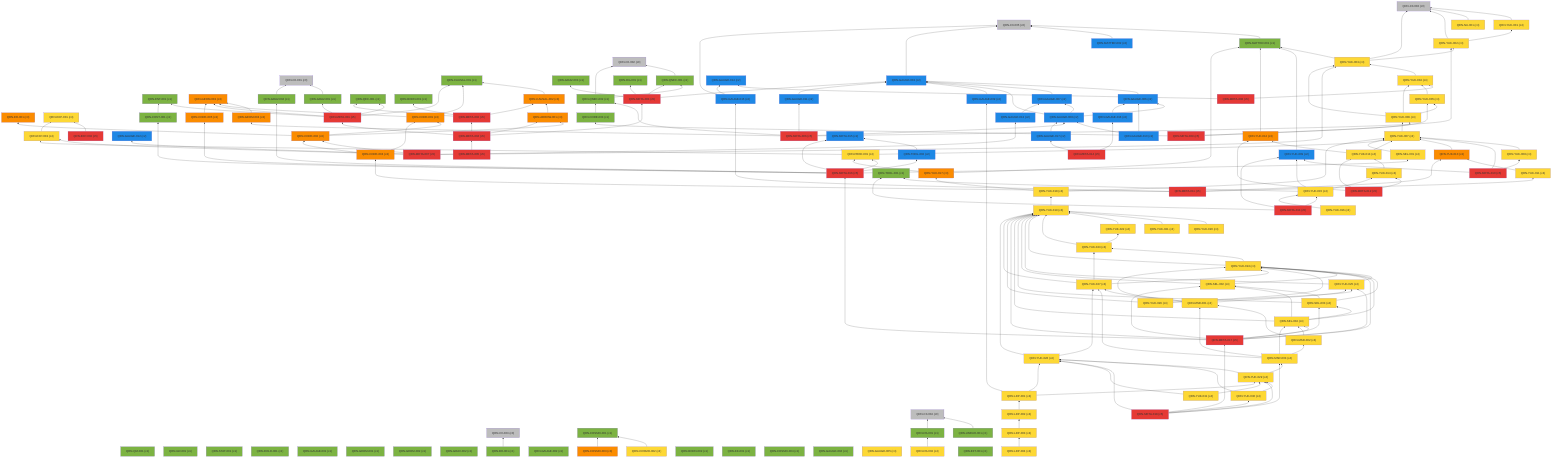
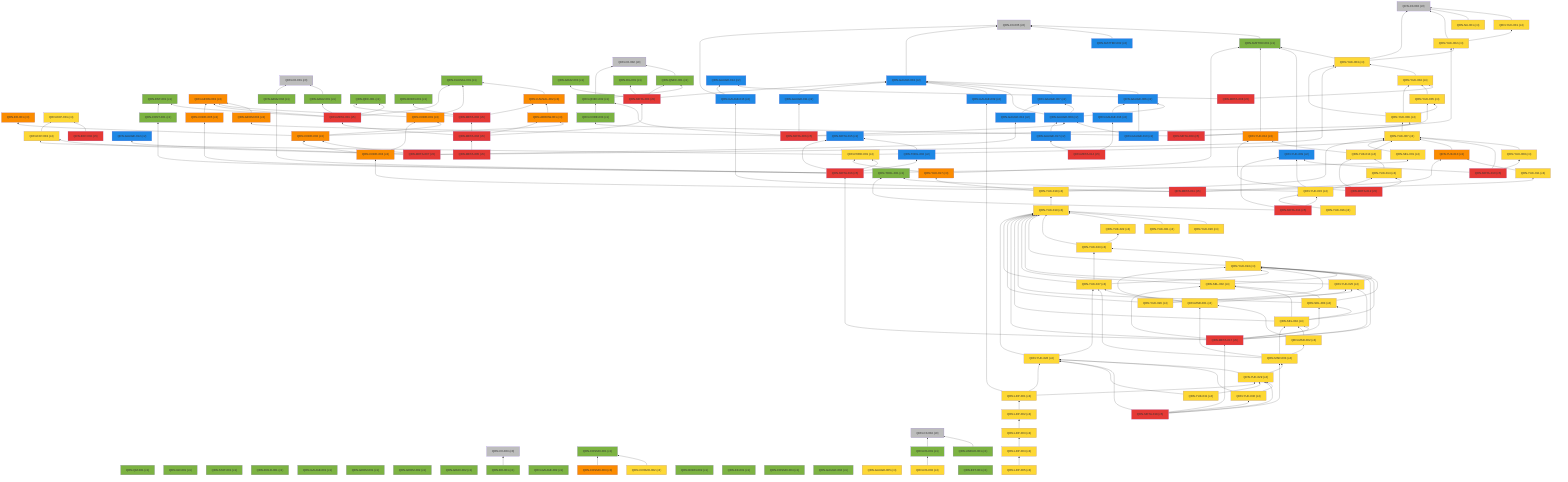
%% 自動生成 (dag/report.pl) — QRN 主張依存グラフ
graph BT
  QRN_C0_001["QRN-C0-001 (c0)"]:::c0
  QRN_C0_002["QRN-C0-002 (c0)"]:::c0
  QRN_C0_003["QRN-C0-003 (c0)"]:::c0
  QRN_C0_004["QRN-C0-004 (c0)"]:::c0
  QRN_C0_005["QRN-C0-005 (c0)"]:::c0
  QRN_C0_006["QRN-C0-006 (c0)"]:::c0
  QRN_QM_001["QRN-QM-001 (c1)"]:::c1
  QRN_GR_001["QRN-GR-001 (c1)"]:::c1
  QRN_STAT_001["QRN-STAT-001 (c1)"]:::c1
  QRN_FIELD_001["QRN-FIELD-001 (c1)"]:::c1
  QRN_GAUGE_001["QRN-GAUGE-001 (c1)"]:::c1
  QRN_ENT_001["QRN-ENT-001 (c1)"]:::c1
  QRN_GEOM_001["QRN-GEOM-001 (c1)"]:::c1
  QRN_GEOM_002["QRN-GEOM-002 (c1)"]:::c1
  QRN_GEOM_003["QRN-GEOM-003 (c3)"]:::c3
  QRN_GRAV_001["QRN-GRAV-001 (c1)"]:::c1
  QRN_GRAV_002["QRN-GRAV-002 (c1)"]:::c1
  QRN_BH_001["QRN-BH-001 (c1)"]:::c1
  QRN_CAUSAL_001["QRN-CAUSAL-001 (c1)"]:::c1
  QRN_CAUSAL_002["QRN-CAUSAL-002 (c3)"]:::c3
  QRN_ER_001["QRN-ER-001 (c3)"]:::c3
  QRN_QEC_001["QRN-QEC-001 (c1)"]:::c1
  QRN_GAUGE_002["QRN-GAUGE-002 (c1)"]:::c1
  QRN_COSMO_001["QRN-COSMO-001 (c1)"]:::c1
  QRN_COSMO_002["QRN-COSMO-002 (c4)"]:::c4
  QRN_COSMO_003["QRN-COSMO-003 (c3)"]:::c3
  QRN_BORN_001["QRN-BORN-001 (c1)"]:::c1
  QRN_BORN_002["QRN-BORN-002 (c1)"]:::c1
  QRN_GRAV_003["QRN-GRAV-003 (c1)"]:::c1
  QRN_KK_001["QRN-KK-001 (c1)"]:::c1
  QRN_MATTER_001["QRN-MATTER-001 (c1)"]:::c1
  QRN_MATTER_002["QRN-MATTER-002 (c2)"]:::c2
  QRN_COSMO_004["QRN-COSMO-004 (c1)"]:::c1
  QRN_EXP_001["QRN-EXP-001 (c4)"]:::c4
  QRN_GAUGE_003["QRN-GAUGE-003 (c2)"]:::c2
  QRN_GAUGE_004["QRN-GAUGE-004 (c1)"]:::c1
  QRN_GAUGE_005["QRN-GAUGE-005 (c4)"]:::c4
  QRN_YUK_001["QRN-YUK-001 (c4)"]:::c4
  QRN_RG_001["QRN-RG-001 (c1)"]:::c1
  QRN_UNRUH_001["QRN-UNRUH-001 (c1)"]:::c1
  QRN_QNEC_001["QRN-QNEC-001 (c1)"]:::c1
  QRN_NU_001["QRN-NU-001 (c4)"]:::c4
  QRN_GAUGE_006["QRN-GAUGE-006 (c2)"]:::c2
  QRN_DS_001["QRN-DS-001 (c1)"]:::c1
  QRN_DS_002["QRN-DS-002 (c4)"]:::c4
  QRN_ARROW_001["QRN-ARROW-001 (c3)"]:::c3
  QRN_GAUGE_007["QRN-GAUGE-007 (c2)"]:::c2
  QRN_EFT_001["QRN-EFT-001 (c1)"]:::c1
  QRN_GAUGE_008["QRN-GAUGE-008 (c2)"]:::c2
  QRN_GAUGE_009["QRN-GAUGE-009 (c2)"]:::c2
  QRN_GAUGE_010["QRN-GAUGE-010 (c2)"]:::c2
  QRN_QNEC_002["QRN-QNEC-002 (c1)"]:::c1
  QRN_GEOM_004["QRN-GEOM-004 (c3)"]:::c3
  QRN_YUK_002["QRN-YUK-002 (c4)"]:::c4
  QRN_EXP_002["QRN-EXP-002 (c5)"]:::c5
  QRN_CORE_001["QRN-CORE-001 (c3)"]:::c3
  QRN_GAUGE_011["QRN-GAUGE-011 (c2)"]:::c2
  QRN_GAUGE_012["QRN-GAUGE-012 (c2)"]:::c2
  QRN_YUK_003["QRN-YUK-003 (c4)"]:::c4
  QRN_EXP_003["QRN-EXP-003 (c4)"]:::c4
  QRN_CORE_002["QRN-CORE-002 (c3)"]:::c3
  QRN_GAUGE_013["QRN-GAUGE-013 (c2)"]:::c2
  QRN_YUK_004["QRN-YUK-004 (c4)"]:::c4
  QRN_GAUGE_014["QRN-GAUGE-014 (c2)"]:::c2
  QRN_META_001["QRN-META-001 (c5)"]:::c5
  QRN_META_002["QRN-META-002 (c5)"]:::c5
  QRN_META_003["QRN-META-003 (c5)"]:::c5
  QRN_META_004["QRN-META-004 (c5)"]:::c5
  QRN_META_005["QRN-META-005 (c5)"]:::c5
  QRN_META_006["QRN-META-006 (c5)"]:::c5
  QRN_META_007["QRN-META-007 (c5)"]:::c5
  QRN_META_008["QRN-META-008 (c5)"]:::c5
  QRN_YUK_005["QRN-YUK-005 (c4)"]:::c4
  QRN_YUK_006["QRN-YUK-006 (c4)"]:::c4
  QRN_CORE_003["QRN-CORE-003 (c1)"]:::c1
  QRN_META_009["QRN-META-009 (c5)"]:::c5
  QRN_YUK_007["QRN-YUK-007 (c4)"]:::c4
  QRN_YUK_008["QRN-YUK-008 (c4)"]:::c4
  QRN_YUK_009["QRN-YUK-009 (c2)"]:::c2
  QRN_META_010["QRN-META-010 (c5)"]:::c5
  QRN_GAUGE_015["QRN-GAUGE-015 (c2)"]:::c2
  QRN_YUK_010["QRN-YUK-010 (c3)"]:::c3
  QRN_YUK_011["QRN-YUK-011 (c4)"]:::c4
  QRN_CORE_004["QRN-CORE-004 (c3)"]:::c3
  QRN_META_011["QRN-META-011 (c5)"]:::c5
  QRN_YUK_012["QRN-YUK-012 (c3)"]:::c3
  QRN_YUK_013["QRN-YUK-013 (c4)"]:::c4
  QRN_YUK_014["QRN-YUK-014 (c4)"]:::c4
  QRN_META_012["QRN-META-012 (c5)"]:::c5
  QRN_TOOL_001["QRN-TOOL-001 (c1)"]:::c1
  QRN_YUK_015["QRN-YUK-015 (c4)"]:::c4
  QRN_META_013["QRN-META-013 (c5)"]:::c5
  QRN_GAUGE_016["QRN-GAUGE-016 (c2)"]:::c2
  QRN_GAUGE_017["QRN-GAUGE-017 (c2)"]:::c2
  QRN_META_014["QRN-META-014 (c5)"]:::c5
  QRN_META_015["QRN-META-015 (c2)"]:::c2
  QRN_TOOL_002["QRN-TOOL-002 (c2)"]:::c2
  QRN_CORE_005["QRN-CORE-005 (c3)"]:::c3
  QRN_CONT_001["QRN-CONT-001 (c1)"]:::c1
  QRN_SEL_001["QRN-SEL-001 (c4)"]:::c4
  QRN_GRAV_004["QRN-GRAV-004 (c1)"]:::c1
  QRN_PRED_001["QRN-PRED-001 (c4)"]:::c4
  QRN_META_016["QRN-META-016 (c5)"]:::c5
  QRN_YUK_016["QRN-YUK-016 (c4)"]:::c4
  QRN_YUK_017["QRN-YUK-017 (c3)"]:::c3
  QRN_YUK_018["QRN-YUK-018 (c4)"]:::c4
  QRN_YUK_019["QRN-YUK-019 (c4)"]:::c4
  QRN_YUK_020["QRN-YUK-020 (c4)"]:::c4
  QRN_YUK_021["QRN-YUK-021 (c4)"]:::c4
  QRN_YUK_022["QRN-YUK-022 (c4)"]:::c4
  QRN_YUK_023["QRN-YUK-023 (c4)"]:::c4
  QRN_YUK_024["QRN-YUK-024 (c4)"]:::c4
  QRN_YUK_025["QRN-YUK-025 (c4)"]:::c4
  QRN_SEL_002["QRN-SEL-002 (c4)"]:::c4
  QRN_SEL_003["QRN-SEL-003 (c4)"]:::c4
  QRN_SEL_004["QRN-SEL-004 (c4)"]:::c4
  QRN_META_017["QRN-META-017 (c5)"]:::c5
  QRN_YUK_026["QRN-YUK-026 (c4)"]:::c4
  QRN_YUK_027["QRN-YUK-027 (c4)"]:::c4
  QRN_MSR_001["QRN-MSR-001 (c4)"]:::c4
  QRN_MSR_002["QRN-MSR-002 (c4)"]:::c4
  QRN_MSR_003["QRN-MSR-003 (c4)"]:::c4
  QRN_YUK_028["QRN-YUK-028 (c4)"]:::c4
  QRN_YUK_029["QRN-YUK-029 (c4)"]:::c4
  QRN_YUK_030["QRN-YUK-030 (c4)"]:::c4
  QRN_META_018["QRN-META-018 (c5)"]:::c5
  QRN_YUK_031["QRN-YUK-031 (c4)"]:::c4
  QRN_LEP_001["QRN-LEP-001 (c4)"]:::c4
  QRN_LEP_002["QRN-LEP-002 (c4)"]:::c4
  QRN_LEP_003["QRN-LEP-003 (c4)"]:::c4
  QRN_LEP_004["QRN-LEP-004 (c4)"]:::c4
+   QRN_LEP_005["QRN-LEP-005 (c4)"]:::c4
  QRN_GRAV_001 --> QRN_C0_001
  QRN_BH_001 --> QRN_C0_003
  QRN_CAUSAL_002 --> QRN_CAUSAL_001
  QRN_COSMO_002 --> QRN_COSMO_001
  QRN_COSMO_003 --> QRN_COSMO_001
  QRN_MATTER_001 --> QRN_C0_005
  QRN_MATTER_002 --> QRN_C0_005
  QRN_GAUGE_003 --> QRN_C0_005
  QRN_YUK_001 --> QRN_C0_006
  QRN_UNRUH_001 --> QRN_C0_004
  QRN_QNEC_001 --> QRN_C0_002
  QRN_NU_001 --> QRN_C0_006
  QRN_GAUGE_006 --> QRN_GAUGE_003
  QRN_DS_001 --> QRN_C0_004
  QRN_DS_002 --> QRN_DS_001
  QRN_ARROW_001 --> QRN_CAUSAL_002
  QRN_GAUGE_007 --> QRN_GAUGE_003
  QRN_GAUGE_008 --> QRN_GAUGE_003
  QRN_GAUGE_008 --> QRN_GAUGE_006
  QRN_GAUGE_008 --> QRN_GAUGE_007
  QRN_GAUGE_009 --> QRN_GAUGE_003
  QRN_GAUGE_010 --> QRN_GAUGE_006
  QRN_GAUGE_010 --> QRN_GAUGE_008
  QRN_QNEC_002 --> QRN_C0_002
  QRN_QNEC_002 --> QRN_QNEC_001
  QRN_GEOM_004 --> QRN_GEOM_003
  QRN_YUK_002 --> QRN_C0_006
  QRN_YUK_002 --> QRN_YUK_001
  QRN_EXP_002 --> QRN_EXP_001
  QRN_CORE_001 --> QRN_GEOM_003
  QRN_CORE_001 --> QRN_CAUSAL_001
  QRN_GAUGE_011 --> QRN_GAUGE_003
  QRN_YUK_003 --> QRN_C0_006
  QRN_YUK_003 --> QRN_MATTER_001
  QRN_YUK_003 --> QRN_YUK_002
  QRN_EXP_003 --> QRN_EXP_001
  QRN_CORE_002 --> QRN_CORE_001
  QRN_CORE_002 --> QRN_ER_001
  QRN_CORE_002 --> QRN_ARROW_001
  QRN_GAUGE_013 --> QRN_GAUGE_007
  QRN_YUK_004 --> QRN_YUK_003
  QRN_META_001 --> QRN_GEOM_003
  QRN_META_001 --> QRN_GRAV_001
  QRN_META_001 --> QRN_CAUSAL_001
  QRN_META_001 --> QRN_QEC_001
  QRN_META_001 --> QRN_ENT_001
  QRN_META_002 --> QRN_QEC_001
  QRN_META_002 --> QRN_BORN_001
  QRN_META_002 --> QRN_CAUSAL_002
  QRN_META_003 --> QRN_GAUGE_003
  QRN_META_003 --> QRN_RG_001
  QRN_META_003 --> QRN_QNEC_001
  QRN_META_003 --> QRN_GRAV_003
  QRN_META_004 --> QRN_META_001
  QRN_META_004 --> QRN_META_002
  QRN_META_004 --> QRN_META_003
  QRN_META_004 --> QRN_ARROW_001
  QRN_META_005 --> QRN_META_004
  QRN_META_006 --> QRN_GAUGE_008
  QRN_META_006 --> QRN_QNEC_002
  QRN_META_006 --> QRN_GEOM_004
  QRN_META_006 --> QRN_YUK_002
  QRN_META_006 --> QRN_GAUGE_011
  QRN_META_007 --> QRN_GAUGE_012
  QRN_META_007 --> QRN_YUK_003
  QRN_META_007 --> QRN_EXP_003
  QRN_META_007 --> QRN_CORE_002
  QRN_META_007 --> QRN_GAUGE_013
  QRN_META_008 --> QRN_YUK_004
  QRN_META_008 --> QRN_GAUGE_014
  QRN_YUK_005 --> QRN_YUK_004
  QRN_YUK_006 --> QRN_YUK_003
  QRN_YUK_006 --> QRN_YUK_004
  QRN_YUK_006 --> QRN_YUK_005
  QRN_CORE_003 --> QRN_QNEC_002
  QRN_META_009 --> QRN_YUK_005
  QRN_META_009 --> QRN_YUK_006
  QRN_META_009 --> QRN_CORE_003
  QRN_YUK_007 --> QRN_YUK_006
  QRN_YUK_008 --> QRN_YUK_007
  QRN_YUK_009 --> QRN_MATTER_001
  QRN_META_010 --> QRN_YUK_007
  QRN_META_010 --> QRN_YUK_008
  QRN_META_010 --> QRN_YUK_009
  QRN_GAUGE_015 --> QRN_C0_005
  QRN_GAUGE_015 --> QRN_GAUGE_014
  QRN_YUK_010 --> QRN_YUK_007
  QRN_YUK_011 --> QRN_YUK_010
  QRN_CORE_004 --> QRN_CORE_001
  QRN_CORE_004 --> QRN_CORE_002
  QRN_META_011 --> QRN_GAUGE_015
  QRN_META_011 --> QRN_YUK_010
  QRN_META_011 --> QRN_YUK_011
  QRN_META_011 --> QRN_CORE_004
  QRN_YUK_012 --> QRN_MATTER_001
  QRN_YUK_013 --> QRN_YUK_012
  QRN_YUK_013 --> QRN_YUK_007
  QRN_YUK_014 --> QRN_YUK_013
  QRN_META_012 --> QRN_YUK_012
  QRN_META_012 --> QRN_YUK_013
  QRN_META_012 --> QRN_YUK_014
  QRN_YUK_015 --> QRN_YUK_014
  QRN_YUK_015 --> QRN_TOOL_001
  QRN_YUK_015 --> QRN_YUK_009
  QRN_META_013 --> QRN_YUK_015
  QRN_META_013 --> QRN_TOOL_001
  QRN_META_013 --> QRN_YUK_009
  QRN_GAUGE_016 --> QRN_GAUGE_006
  QRN_GAUGE_017 --> QRN_GAUGE_008
  QRN_META_014 --> QRN_GAUGE_016
  QRN_META_014 --> QRN_GAUGE_017
  QRN_TOOL_002 --> QRN_META_015
  QRN_CORE_005 --> QRN_GEOM_003
  QRN_CONT_001 --> QRN_ENT_001
  QRN_SEL_001 --> QRN_YUK_007
  QRN_GRAV_004 --> QRN_C0_001
  QRN_PRED_001 --> QRN_YUK_007
  QRN_PRED_001 --> QRN_EXP_003
  QRN_META_016 --> QRN_META_015
  QRN_META_016 --> QRN_TOOL_002
  QRN_META_016 --> QRN_CORE_005
  QRN_META_016 --> QRN_CONT_001
  QRN_META_016 --> QRN_SEL_001
  QRN_META_016 --> QRN_GRAV_004
  QRN_META_016 --> QRN_PRED_001
  QRN_YUK_016 --> QRN_YUK_015
  QRN_YUK_017 --> QRN_MATTER_001
  QRN_YUK_017 --> QRN_PRED_001
  QRN_YUK_018 --> QRN_YUK_017
  QRN_YUK_018 --> QRN_YUK_007
  QRN_YUK_019 --> QRN_YUK_018
  QRN_YUK_020 --> QRN_YUK_019
  QRN_YUK_021 --> QRN_YUK_019
  QRN_YUK_022 --> QRN_YUK_019
  QRN_YUK_023 --> QRN_YUK_019
  QRN_YUK_023 --> QRN_YUK_022
  QRN_YUK_024 --> QRN_YUK_019
  QRN_YUK_024 --> QRN_YUK_023
  QRN_YUK_025 --> QRN_YUK_019
  QRN_YUK_025 --> QRN_YUK_024
  QRN_SEL_002 --> QRN_YUK_019
  QRN_SEL_002 --> QRN_YUK_024
  QRN_SEL_003 --> QRN_YUK_019
  QRN_SEL_003 --> QRN_YUK_024
  QRN_SEL_003 --> QRN_SEL_002
  QRN_SEL_004 --> QRN_YUK_019
  QRN_SEL_004 --> QRN_YUK_024
  QRN_SEL_004 --> QRN_SEL_002
  QRN_SEL_004 --> QRN_SEL_003
  QRN_META_017 --> QRN_META_016
  QRN_META_017 --> QRN_YUK_019
  QRN_META_017 --> QRN_YUK_024
  QRN_META_017 --> QRN_YUK_025
  QRN_META_017 --> QRN_SEL_002
  QRN_META_017 --> QRN_SEL_003
  QRN_META_017 --> QRN_SEL_004
  QRN_YUK_026 --> QRN_YUK_019
  QRN_YUK_026 --> QRN_YUK_024
  QRN_YUK_026 --> QRN_YUK_025
  QRN_YUK_027 --> QRN_YUK_019
  QRN_YUK_027 --> QRN_YUK_023
  QRN_YUK_027 --> QRN_YUK_024
  QRN_MSR_001 --> QRN_YUK_024
  QRN_MSR_001 --> QRN_YUK_025
  QRN_MSR_001 --> QRN_YUK_027
  QRN_MSR_002 --> QRN_SEL_004
  QRN_MSR_002 --> QRN_MSR_001
  QRN_MSR_003 --> QRN_MSR_001
  QRN_MSR_003 --> QRN_MSR_002
  QRN_MSR_003 --> QRN_SEL_004
  QRN_MSR_003 --> QRN_YUK_027
  QRN_YUK_028 --> QRN_YUK_019
  QRN_YUK_028 --> QRN_YUK_027
  QRN_YUK_029 --> QRN_YUK_028
  QRN_YUK_029 --> QRN_MSR_003
  QRN_YUK_030 --> QRN_YUK_028
  QRN_YUK_030 --> QRN_YUK_029
  QRN_META_018 --> QRN_META_017
  QRN_META_018 --> QRN_MSR_003
  QRN_META_018 --> QRN_YUK_028
  QRN_META_018 --> QRN_YUK_029
  QRN_META_018 --> QRN_YUK_030
  QRN_YUK_031 --> QRN_YUK_028
  QRN_YUK_031 --> QRN_YUK_029
  QRN_LEP_001 --> QRN_YUK_028
  QRN_LEP_001 --> QRN_YUK_029
  QRN_LEP_001 --> QRN_GAUGE_009
  QRN_LEP_002 --> QRN_LEP_001
  QRN_LEP_003 --> QRN_LEP_002
  QRN_LEP_004 --> QRN_LEP_003
+   QRN_LEP_005 --> QRN_LEP_004
  classDef c0 fill:#bdbdbd
  classDef c1 fill:#7cb342
  classDef c2 fill:#1e88e5
  classDef c3 fill:#fb8c00
  classDef c4 fill:#fdd835
  classDef c5 fill:#e53935
